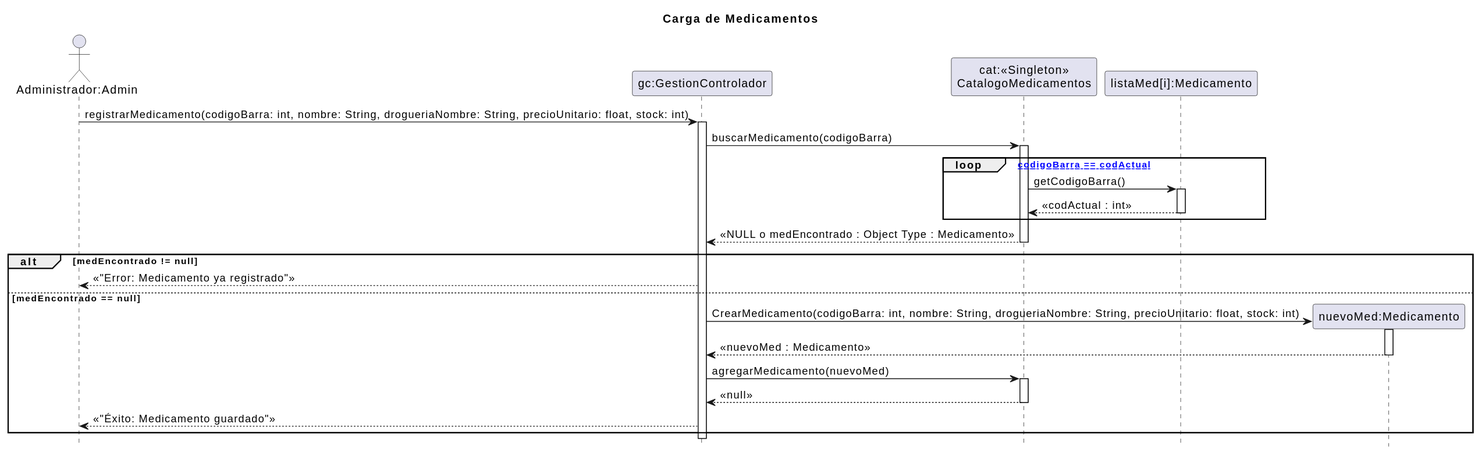
Earlier version of the PlantUML export 08 - Diagramas de Secuencia de Diseño/CargaMedicamentos/Carga_Medicamentos.svg (zEzequR/PF-I).
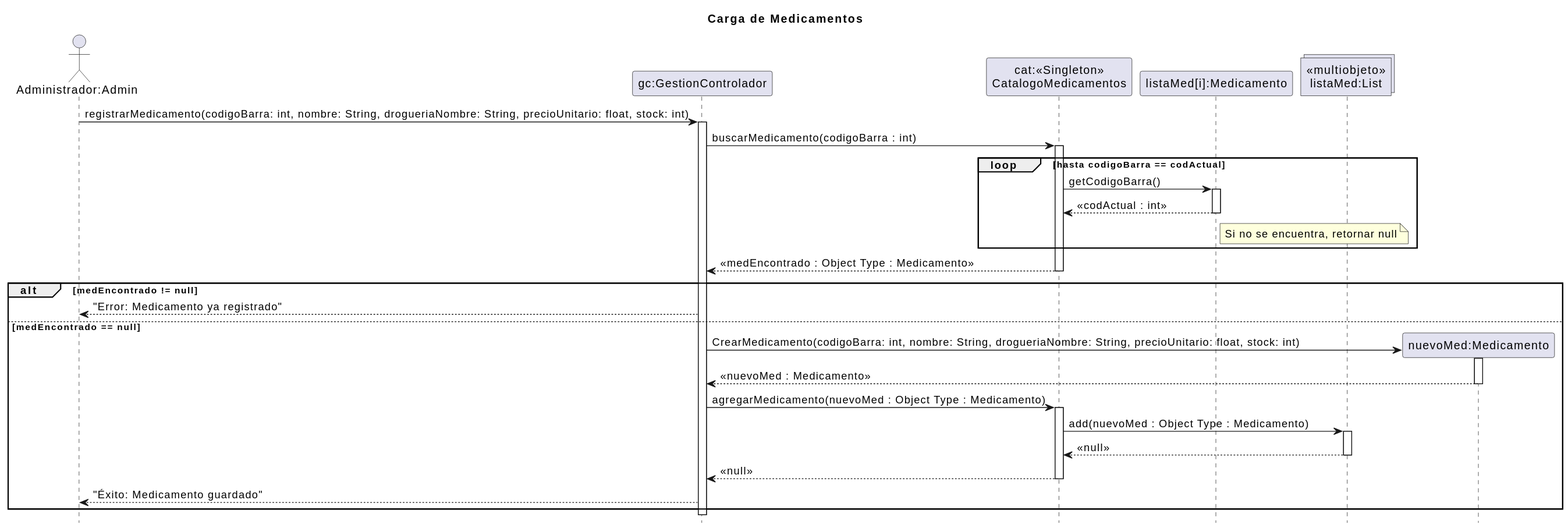
Later version of the same file.

The edit, as a diff of the source:
```diff
@@ -7,42 +7,52 @@
 participant "gc:GestionControlador" as ctrl
 participant "cat:<<Singleton>>\nCatalogoMedicamentos" as cat
 participant "listaMed[i]:Medicamento" as med_actual
+collections "<<multiobjeto>>\nlistaMed:List" as lista_med
 
 admin -> ctrl : registrarMedicamento(codigoBarra: int, nombre: String, drogueriaNombre: String, precioUnitario: float, stock: int)
 activate ctrl
 
-ctrl -> cat : buscarMedicamento(codigoBarra)
+ctrl -> cat : buscarMedicamento(codigoBarra : int)
 activate cat
 
-loop [hasta codigoBarra == codActual]
+loop hasta codigoBarra == codActual
     cat -> med_actual : getCodigoBarra()
     activate med_actual
-    med_actual --> cat : << codActual : int >>
+    med_actual --> cat : <<codActual : int>>
+
+    note right of med_actual : Si no se encuentra, retornar null
+
     deactivate med_actual
 end
 
-cat --> ctrl : << NULL o medEncontrado : Object Type : Medicamento >>
+cat --> ctrl : <<medEncontrado : Object Type : Medicamento>>
 deactivate cat
 
-    alt medEncontrado != null
-        ctrl --> admin : << "Error: Medicamento ya registrado" >>
+alt medEncontrado != null
 
-    else medEncontrado == null
-        deactivate cat
+    ctrl --> admin : "Error: Medicamento ya registrado"
 
-        create participant "nuevoMed:Medicamento" as nuevo_med
-        ctrl -> nuevo_med : CrearMedicamento(codigoBarra: int, nombre: String, drogueriaNombre: String, precioUnitario: float, stock: int)
-        activate nuevo_med
-        nuevo_med --> ctrl : << nuevoMed : Medicamento >>
-        deactivate nuevo_med
+else medEncontrado == null
 
-        ctrl -> cat : agregarMedicamento(nuevoMed)
-        activate cat
-        cat --> ctrl : << null >>
-        deactivate cat
+    create participant "nuevoMed:Medicamento" as nuevo_med
+    ctrl -> nuevo_med : CrearMedicamento(codigoBarra: int, nombre: String, drogueriaNombre: String, precioUnitario: float, stock: int)
+    activate nuevo_med
+    nuevo_med --> ctrl : <<nuevoMed : Medicamento>>
+    deactivate nuevo_med
 
-        ctrl --> admin : << "Éxito: Medicamento guardado" >>
-    end
+    ctrl -> cat : agregarMedicamento(nuevoMed : Object Type : Medicamento)
+    activate cat
+
+    cat -> lista_med : add(nuevoMed : Object Type : Medicamento)
+    activate lista_med
+    lista_med --> cat : <<null>>
+    deactivate lista_med
+
+    cat --> ctrl : <<null>>
+    deactivate cat
+
+    ctrl --> admin : "Éxito: Medicamento guardado"
+end
 
 deactivate ctrl
 @enduml
```
